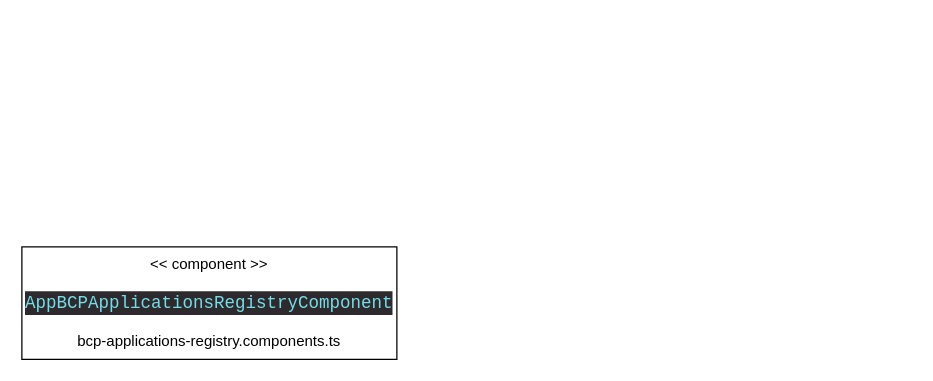
davyd0ff/so-line-grls keeps this draw.io diagram as GRLS.Angular/app/primary/page-modules/registry/list/bcp-applications-registry/bcp-applications-registry.components.ts/dependencies.drawio. Above is the earlier version. Source tidied: cells renumbered, new cells numbered last; positions are measured from the earlier drawing's top-left corner, leaving out a move shared by most shapes. Both pictures are drawn from the tidied source at 125%, with x=0, y=0 at pixel (21, 246).
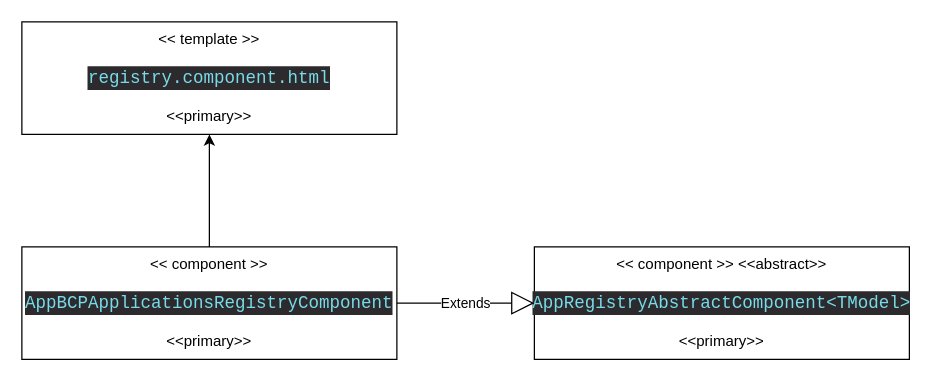
The same diagram, later.

What changed in the source:
```diff
@@
 <mxGraphModel>
   <root>
     <mxCell id="0" />
     <mxCell id="1" parent="0" />
+    <mxCell id="3" style="rounded=0;jettySize=auto;html=1;exitX=0.5;exitY=0;exitDx=0;exitDy=0;" parent="1" edge="1" source="2" target="4">
+      <mxGeometry relative="1" as="geometry" />
+    </mxCell>
-    <mxCell id="2" value="&amp;lt;&amp;lt; component &amp;gt;&amp;gt;&lt;br&gt;&lt;br&gt;&lt;div style=&quot;color: rgb(252, 252, 250); background-color: rgb(45, 42, 46); font-family: Consolas, &amp;quot;Courier New&amp;quot;, monospace; font-size: 14px; line-height: 19px;&quot;&gt;&lt;span style=&quot;color: #78dce8;&quot;&gt;AppBCPApplicationsRegistryComponent&lt;/span&gt;&lt;/div&gt;&lt;br&gt;bcp-applications-registry.components.ts" style="rounded=0;whiteSpace=wrap;html=1;" parent="1" vertex="1">
+    <mxCell id="2" value="&amp;lt;&amp;lt; component &amp;gt;&amp;gt;&lt;br&gt;&lt;br&gt;&lt;div style=&quot;color: rgb(252, 252, 250); background-color: rgb(45, 42, 46); font-family: Consolas, &amp;quot;Courier New&amp;quot;, monospace; font-size: 14px; line-height: 19px;&quot;&gt;&lt;span style=&quot;color: #78dce8;&quot;&gt;AppBCPApplicationsRegistryComponent&lt;/span&gt;&lt;/div&gt;&lt;br&gt;&amp;lt;&amp;lt;primary&amp;gt;&amp;gt;" style="rounded=0;whiteSpace=wrap;html=1;" parent="1" vertex="1">
       <mxGeometry width="300" height="90" as="geometry" />
     </mxCell>
+    <mxCell id="4" value="&amp;lt;&amp;lt; template &amp;gt;&amp;gt;&lt;br&gt;&lt;br&gt;&lt;div style=&quot;background-color: rgb(45, 42, 46); font-family: Consolas, &amp;quot;Courier New&amp;quot;, monospace; font-size: 14px; line-height: 19px;&quot;&gt;&lt;font color=&quot;#78dce8&quot;&gt;registry.component.html&lt;/font&gt;&lt;/div&gt;&lt;br&gt;&amp;lt;&amp;lt;primary&amp;gt;&amp;gt;" style="rounded=0;whiteSpace=wrap;html=1;" parent="1" vertex="1">
+      <mxGeometry y="-180" width="300" height="90" as="geometry" />
+    </mxCell>
+    <mxCell id="5" value="&amp;lt;&amp;lt; component &amp;gt;&amp;gt; &amp;lt;&amp;lt;abstract&amp;gt;&amp;gt;&lt;br&gt;&lt;br&gt;&lt;div style=&quot;color: rgb(252, 252, 250); background-color: rgb(45, 42, 46); font-family: Consolas, &amp;quot;Courier New&amp;quot;, monospace; font-size: 14px; line-height: 19px;&quot;&gt;&lt;span style=&quot;color: #78dce8;&quot;&gt;AppRegistryAbstractComponent&amp;lt;TModel&amp;gt;&lt;/span&gt;&lt;/div&gt;&lt;br&gt;&amp;lt;&amp;lt;primary&amp;gt;&amp;gt;" style="rounded=0;whiteSpace=wrap;html=1;" parent="1" vertex="1">
+      <mxGeometry x="410" width="300" height="90" as="geometry" />
+    </mxCell>
+    <mxCell id="6" value="Extends" style="endArrow=block;endSize=16;endFill=0;html=1;rounded=0;entryX=0;entryY=0.5;entryDx=0;entryDy=0;" parent="1" edge="1" source="2" target="5">
+      <mxGeometry relative="1" as="geometry" />
+    </mxCell>
   </root>
 </mxGraphModel>
```
